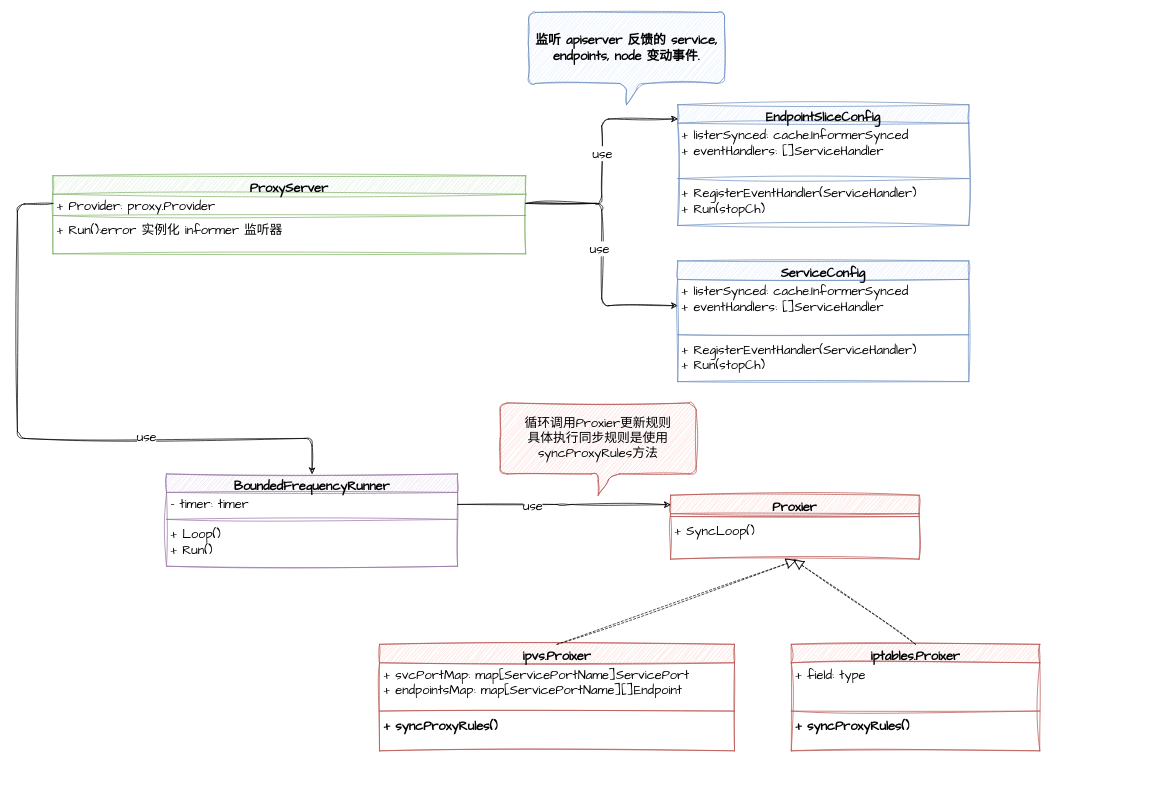
Before: page "simple-kube-proxy-class" (7 of 19) of docs/k8s-code-reading.drawio in caijiatao/go-lib, a draw.io diagram. Source tidied: cells renumbered, new cells numbered last; positions are measured from the earlier drawing's top-left corner, leaving out a move shared by most shapes. Both pictures are drawn from the tidied source at 71%, with x=0, y=0 at pixel (17, 12).
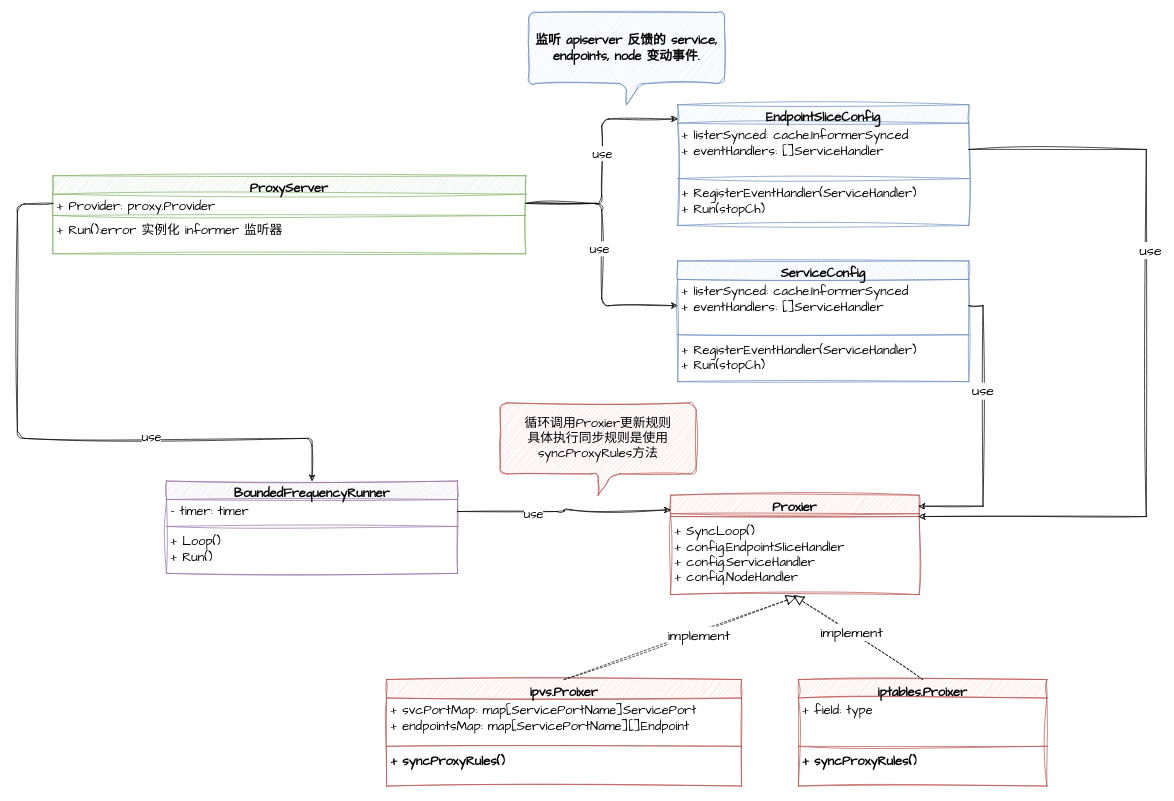
The same page after the edit.

Unchanged cells that the change refers to:
```xml
<mxCell id="9" value="+ listerSynced: cache.InformerSynced&lt;br style=&quot;font-size: 18px;&quot;&gt;+ eventHandlers: []ServiceHandler" style="text;strokeColor=none;fillColor=none;align=left;verticalAlign=top;spacingLeft=4;spacingRight=4;overflow=hidden;points=[[0,0.5],[1,0.5]];portConstraint=eastwest;whiteSpace=wrap;html=1;fontSize=18;fontFamily=Architects Daughter;" parent="8" vertex="1">
  <mxGeometry y="26" width="410" height="74" as="geometry" />
</mxCell>
<mxCell id="19" style="endArrow=block;dashed=1;endFill=0;endSize=12;html=1;rounded=0;sketch=1;hachureGap=4;jiggle=2;curveFitting=1;fontFamily=Architects Daughter;fontSize=18;entryX=0.506;entryY=1.029;entryDx=0;entryDy=0;entryPerimeter=0;exitX=0.5;exitY=0;exitDx=0;exitDy=0;" parent="1" edge="1" source="12" target="18">
  <mxGeometry relative="1" as="geometry" />
</mxCell>
<mxCell id="24" style="endArrow=block;dashed=1;endFill=0;endSize=12;html=1;rounded=0;sketch=1;hachureGap=4;jiggle=2;curveFitting=1;fontFamily=Architects Daughter;fontSize=18;entryX=0.495;entryY=1.011;entryDx=0;entryDy=0;entryPerimeter=0;exitX=0.5;exitY=0;exitDx=0;exitDy=0;" parent="1" edge="1" source="20" target="18">
  <mxGeometry relative="1" as="geometry" />
</mxCell>
<mxCell id="35" value="+ listerSynced: cache.InformerSynced&lt;br style=&quot;font-size: 18px;&quot;&gt;+ eventHandlers: []ServiceHandler" style="text;strokeColor=none;fillColor=none;align=left;verticalAlign=top;spacingLeft=4;spacingRight=4;overflow=hidden;points=[[0,0.5],[1,0.5]];portConstraint=eastwest;whiteSpace=wrap;html=1;fontSize=18;fontFamily=Architects Daughter;" parent="34" vertex="1">
  <mxGeometry y="26" width="410" height="74" as="geometry" />
</mxCell>
```

Change to the diagram source:
```diff
@@
     <mxCell id="12" value="ipvs.Proixer" style="swimlane;fontStyle=1;align=center;verticalAlign=top;horizontal=1;startSize=26;whiteSpace=wrap;html=1;sketch=1;hachureGap=4;jiggle=2;curveFitting=1;fontFamily=Architects Daughter;fontSize=18;fillColor=#f8cecc;strokeColor=#b85450;" parent="1" vertex="1">
-      <mxGeometry x="510" y="890" width="500" height="150" as="geometry" />
+      <mxGeometry x="520" y="939.6" width="500" height="150" as="geometry" />
     </mxCell>
@@
     <mxCell id="16" value="Proxier" style="swimlane;fontStyle=1;align=center;verticalAlign=top;horizontal=1;startSize=26;whiteSpace=wrap;html=1;sketch=1;hachureGap=4;jiggle=2;curveFitting=1;fontFamily=Architects Daughter;fontSize=18;fillColor=#f8cecc;strokeColor=#b85450;" parent="1" vertex="1">
-      <mxGeometry x="920" y="680" width="350" height="90" as="geometry" />
+      <mxGeometry x="920" y="680" width="350" height="140" as="geometry" />
     </mxCell>
@@
-    <mxCell id="18" value="+ SyncLoop()" style="text;strokeColor=none;fillColor=none;align=left;verticalAlign=top;spacingLeft=4;spacingRight=4;overflow=hidden;points=[[0,0.5],[1,0.5]];portConstraint=eastwest;whiteSpace=wrap;html=1;fontSize=18;fontFamily=Architects Daughter;" parent="16" vertex="1">
-      <mxGeometry y="34" width="350" height="56" as="geometry" />
+    <mxCell id="18" value="+ SyncLoop()&lt;br&gt;&lt;div&gt;&lt;span style=&quot;white-space: pre;&quot;&gt;+ &lt;/span&gt;config.EndpointSliceHandler&lt;/div&gt;&lt;div&gt;&lt;span style=&quot;white-space: pre;&quot;&gt;+ &lt;/span&gt;config.ServiceHandler&lt;/div&gt;&lt;div&gt;&lt;span style=&quot;white-space: pre;&quot;&gt;+ &lt;/span&gt;config.NodeHandler&lt;/div&gt;" style="text;strokeColor=none;fillColor=none;align=left;verticalAlign=top;spacingLeft=4;spacingRight=4;overflow=hidden;points=[[0,0.5],[1,0.5]];portConstraint=eastwest;whiteSpace=wrap;html=1;fontSize=18;fontFamily=Architects Daughter;" parent="16" vertex="1">
+      <mxGeometry y="34" width="350" height="106" as="geometry" />
     </mxCell>
@@
+    <mxCell id="41" value="implement" style="edgeLabel;html=1;align=center;verticalAlign=middle;fontSize=20;fontFamily=Architects Daughter;" parent="19" vertex="1">
+      <mxGeometry x="0.15" y="-4" relative="1" as="geometry" />
+    </mxCell>
     <mxCell id="20" value="iptables.Proixer" style="swimlane;fontStyle=1;align=center;verticalAlign=top;horizontal=1;startSize=26;whiteSpace=wrap;html=1;sketch=1;hachureGap=4;jiggle=2;curveFitting=1;fontFamily=Architects Daughter;fontSize=18;fillColor=#f8cecc;strokeColor=#b85450;" parent="1" vertex="1">
-      <mxGeometry x="1090" y="890" width="350" height="150" as="geometry" />
+      <mxGeometry x="1100" y="939.6" width="350" height="150" as="geometry" />
     </mxCell>
@@
+    <mxCell id="42" value="implement" style="edgeLabel;html=1;align=center;verticalAlign=middle;fontSize=20;fontFamily=Architects Daughter;" parent="24" vertex="1">
+      <mxGeometry x="0.12" y="-1" relative="1" as="geometry" />
+    </mxCell>
     <mxCell id="25" value="BoundedFrequencyRunner" style="swimlane;fontStyle=1;align=center;verticalAlign=top;horizontal=1;startSize=26;whiteSpace=wrap;html=1;sketch=1;hachureGap=4;jiggle=2;curveFitting=1;fontFamily=Architects Daughter;fontSize=18;fillColor=#e1d5e7;strokeColor=#9673a6;" parent="1" vertex="1">
-      <mxGeometry x="210" y="650" width="410" height="130" as="geometry" />
+      <mxGeometry x="210" y="660" width="410" height="130" as="geometry" />
     </mxCell>
@@
+    <mxCell id="43" style="edgeStyle=orthogonalEdgeStyle;rounded=0;sketch=1;hachureGap=4;jiggle=2;curveFitting=1;jettySize=auto;html=1;exitX=1;exitY=0.5;exitDx=0;exitDy=0;fontFamily=Architects Daughter;fontSize=16;" parent="1" edge="1" source="35">
+      <mxGeometry relative="1" as="geometry">
+        <mxPoint x="1270" y="710" as="targetPoint" />
+        <Array as="points">
+          <mxPoint x="1590" y="193" />
+          <mxPoint x="1590" y="710" />
+          <mxPoint x="1270" y="710" />
+        </Array>
+      </mxGeometry>
+    </mxCell>
+    <mxCell id="44" value="use" style="edgeLabel;html=1;align=center;verticalAlign=middle;fontSize=20;fontFamily=Architects Daughter;" parent="43" vertex="1">
+      <mxGeometry x="-0.28" y="5" relative="1" as="geometry" />
+    </mxCell>
+    <mxCell id="45" style="edgeStyle=orthogonalEdgeStyle;rounded=0;sketch=1;hachureGap=4;jiggle=2;curveFitting=1;jettySize=auto;html=1;exitX=1;exitY=0.5;exitDx=0;exitDy=0;entryX=0.999;entryY=0.11;entryDx=0;entryDy=0;fontFamily=Architects Daughter;fontSize=16;entryPerimeter=0;" parent="1" edge="1" source="9" target="16">
+      <mxGeometry relative="1" as="geometry" />
+    </mxCell>
+    <mxCell id="46" value="use" style="edgeLabel;html=1;align=center;verticalAlign=middle;fontSize=20;fontFamily=Architects Daughter;" parent="45" vertex="1">
+      <mxGeometry x="-0.29" y="-1" relative="1" as="geometry" />
+    </mxCell>
```
